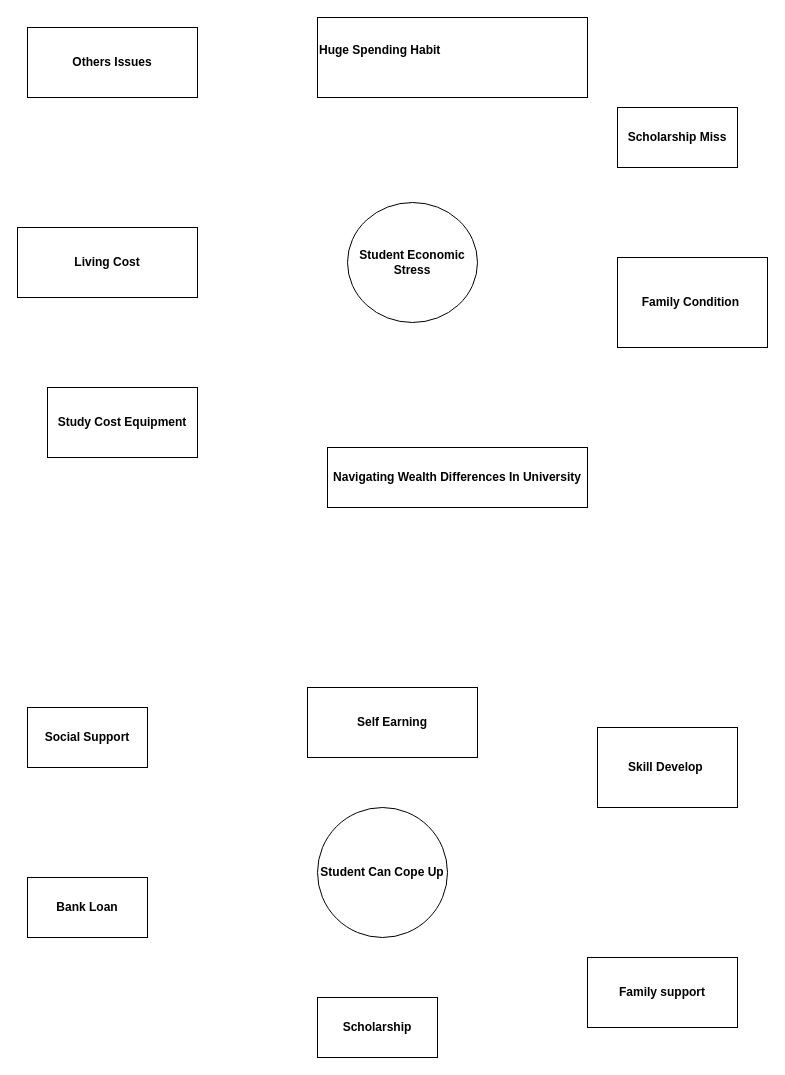
The draw.io diagram thesis.drawio in axif0/thesis, before the edit. Source tidied: cells renumbered, new cells numbered last; positions are measured from the earlier drawing's top-left corner, leaving out a move shared by most shapes. Both pictures are drawn from the tidied source at 100%, with x=0, y=0 at pixel (17, 17).
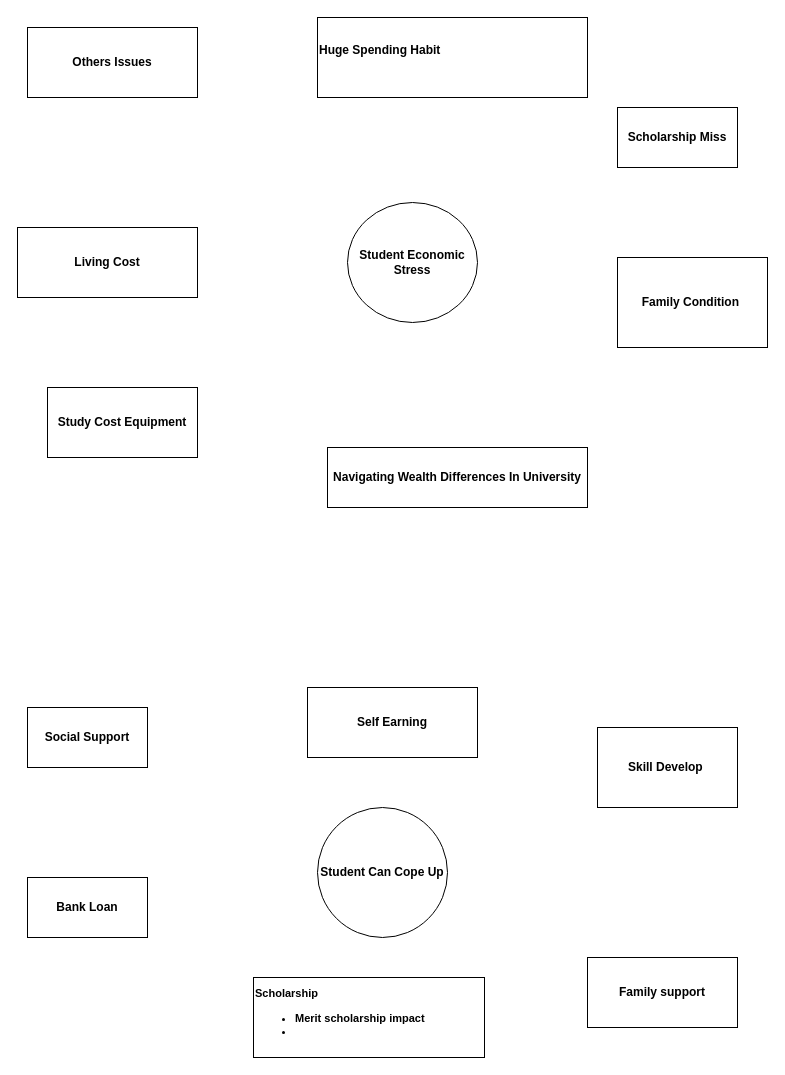
After the change.

What changed in the source:
```diff
@@
 <mxGraphModel>
   <root>
     <mxCell id="0" />
     <mxCell id="1" parent="0" />
     <mxCell id="2" value="&lt;b&gt;Student Economic Stress&lt;/b&gt;" style="ellipse;whiteSpace=wrap;html=1;" parent="1" vertex="1">
       <mxGeometry x="330" y="185" width="130" height="120" as="geometry" />
     </mxCell>
     <mxCell id="3" value="&lt;b&gt;Others Issues&lt;/b&gt;" style="rounded=0;whiteSpace=wrap;html=1;" parent="1" vertex="1">
       <mxGeometry x="10" y="10" width="170" height="70" as="geometry" />
     </mxCell>
     <mxCell id="4" value="&lt;b&gt;Huge Spending Habit&lt;br&gt;&lt;/b&gt;&lt;br&gt;" style="rounded=0;whiteSpace=wrap;html=1;align=left;" parent="1" vertex="1">
       <mxGeometry x="300" width="270" height="80" as="geometry" />
     </mxCell>
     <mxCell id="5" value="&lt;b&gt;Scholarship Miss&lt;/b&gt;" style="rounded=0;whiteSpace=wrap;html=1;" parent="1" vertex="1">
       <mxGeometry x="600" y="90" width="120" height="60" as="geometry" />
     </mxCell>
     <mxCell id="6" value="&lt;b&gt;Living Cost&lt;/b&gt;" style="rounded=0;whiteSpace=wrap;html=1;" parent="1" vertex="1">
       <mxGeometry y="210" width="180" height="70" as="geometry" />
     </mxCell>
     <mxCell id="7" value="&lt;b&gt;Family Condition&amp;nbsp;&lt;/b&gt;" style="rounded=0;whiteSpace=wrap;html=1;" parent="1" vertex="1">
       <mxGeometry x="600" y="240" width="150" height="90" as="geometry" />
     </mxCell>
     <mxCell id="8" value="&lt;b&gt;Navigating Wealth Differences In University&lt;/b&gt;" style="rounded=0;whiteSpace=wrap;html=1;" parent="1" vertex="1">
       <mxGeometry x="310" y="430" width="260" height="60" as="geometry" />
     </mxCell>
     <mxCell id="9" value="&lt;b&gt;Study Cost Equipment&lt;/b&gt;" style="rounded=0;whiteSpace=wrap;html=1;" parent="1" vertex="1">
       <mxGeometry x="30" y="370" width="150" height="70" as="geometry" />
     </mxCell>
     <mxCell id="10" value="&lt;b&gt;Student Can Cope Up&lt;/b&gt;" style="ellipse;whiteSpace=wrap;html=1;" parent="1" vertex="1">
       <mxGeometry x="300" y="790" width="130" height="130" as="geometry" />
     </mxCell>
     <mxCell id="11" value="&lt;b&gt;Self Earning&lt;/b&gt;" style="rounded=0;whiteSpace=wrap;html=1;" parent="1" vertex="1">
       <mxGeometry x="290" y="670" width="170" height="70" as="geometry" />
     </mxCell>
     <mxCell id="12" value="&lt;b&gt;Social Support&lt;/b&gt;" style="rounded=0;whiteSpace=wrap;html=1;" parent="1" vertex="1">
       <mxGeometry x="10" y="690" width="120" height="60" as="geometry" />
     </mxCell>
     <mxCell id="13" value="&lt;b&gt;Bank Loan&lt;/b&gt;" style="rounded=0;whiteSpace=wrap;html=1;" parent="1" vertex="1">
       <mxGeometry x="10" y="860" width="120" height="60" as="geometry" />
     </mxCell>
-    <mxCell id="14" value="&lt;b&gt;Scholarship&lt;/b&gt;" style="rounded=0;whiteSpace=wrap;html=1;" parent="1" vertex="1">
-      <mxGeometry x="300" y="980" width="120" height="60" as="geometry" />
+    <mxCell id="14" value="&lt;b style=&quot;font-size: 11px;&quot;&gt;Scholarship&lt;br&gt;&lt;ul&gt;&lt;li&gt;&lt;b&gt;Merit scholarship impact&lt;br&gt;&lt;/b&gt;&lt;/li&gt;&lt;li&gt;&lt;b&gt;&lt;br&gt;&lt;/b&gt;&lt;/li&gt;&lt;/ul&gt;&lt;/b&gt;" style="rounded=0;whiteSpace=wrap;html=1;align=left;" parent="1" vertex="1">
+      <mxGeometry x="236" y="960" width="231" height="80" as="geometry" />
     </mxCell>
     <mxCell id="15" value="&lt;b&gt;Skill Develop&amp;nbsp;&lt;/b&gt;" style="rounded=0;whiteSpace=wrap;html=1;" parent="1" vertex="1">
       <mxGeometry x="580" y="710" width="140" height="80" as="geometry" />
     </mxCell>
     <mxCell id="16" value="&lt;b&gt;Family support&lt;/b&gt;" style="rounded=0;whiteSpace=wrap;html=1;" parent="1" vertex="1">
       <mxGeometry x="570" y="940" width="150" height="70" as="geometry" />
     </mxCell>
   </root>
 </mxGraphModel>
```
